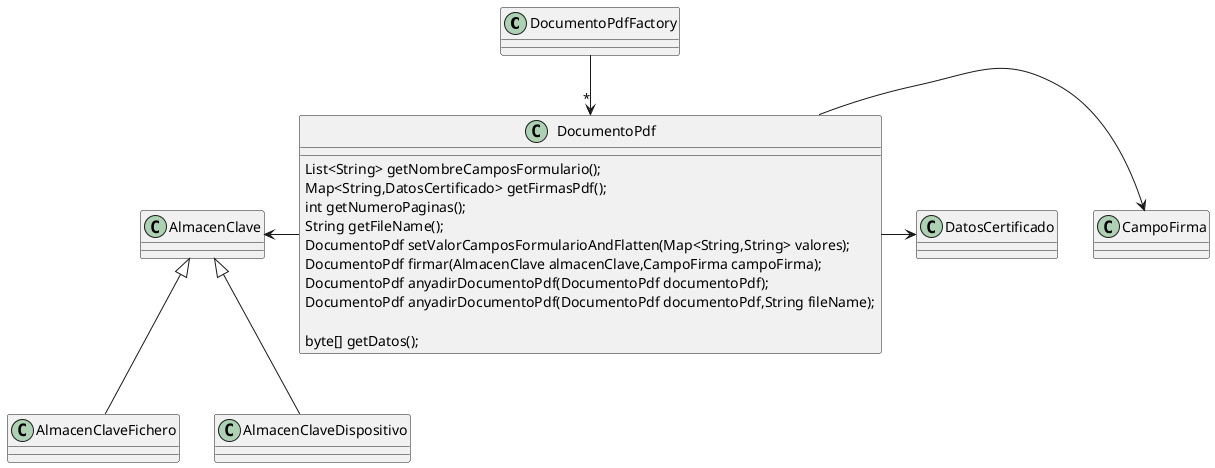
educaflow/pruebasLorenzo keeps this PlantUML diagram as src/main/java/com/educaflow/common/pdf/pdf.png. Above is the earlier version.
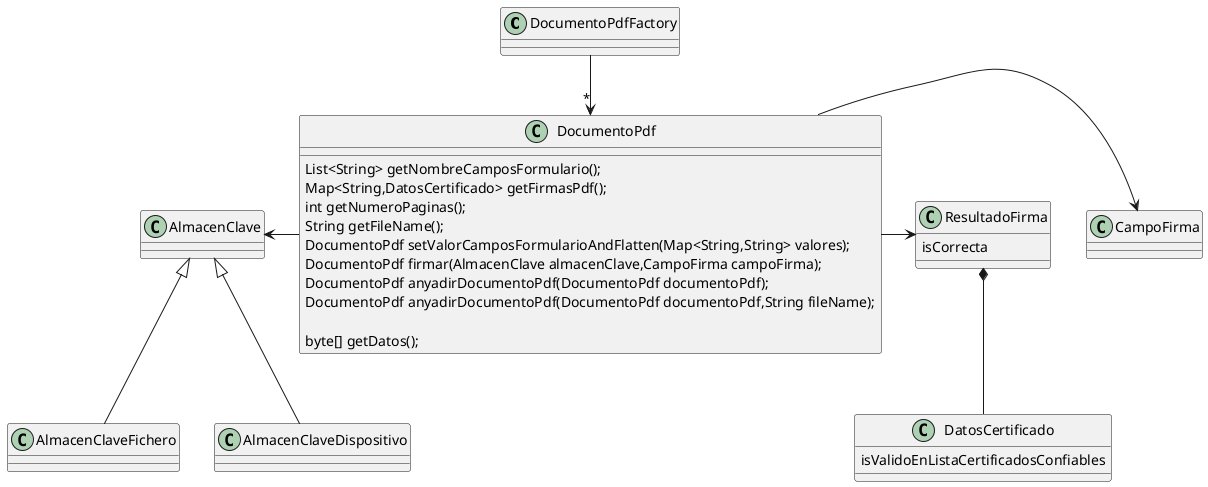
After the change.

Commit message:
Dividir la clase DatosCertificado en DatosCertificado y ResultadoFirma

Change to the diagram source:
```diff
@@ -4,9 +4,11 @@
 
  AlmacenClave <- DocumentoPdf
 DocumentoPdf -> CampoFirma
-DocumentoPdf -> DatosCertificado
+DocumentoPdf -> ResultadoFirma
 AlmacenClave <|-- AlmacenClaveFichero
 AlmacenClave <|-- AlmacenClaveDispositivo
+
+ResultadoFirma *-- DatosCertificado
 
 class DocumentoPdf {
     List<String> getNombreCamposFormulario();
@@ -23,4 +25,12 @@
     byte[] getDatos();
 }
 
+class ResultadoFirma {
+    isCorrecta
+}
+
+class DatosCertificado {
+    isValidoEnListaCertificadosConfiables
+}
+
 @enduml
```
